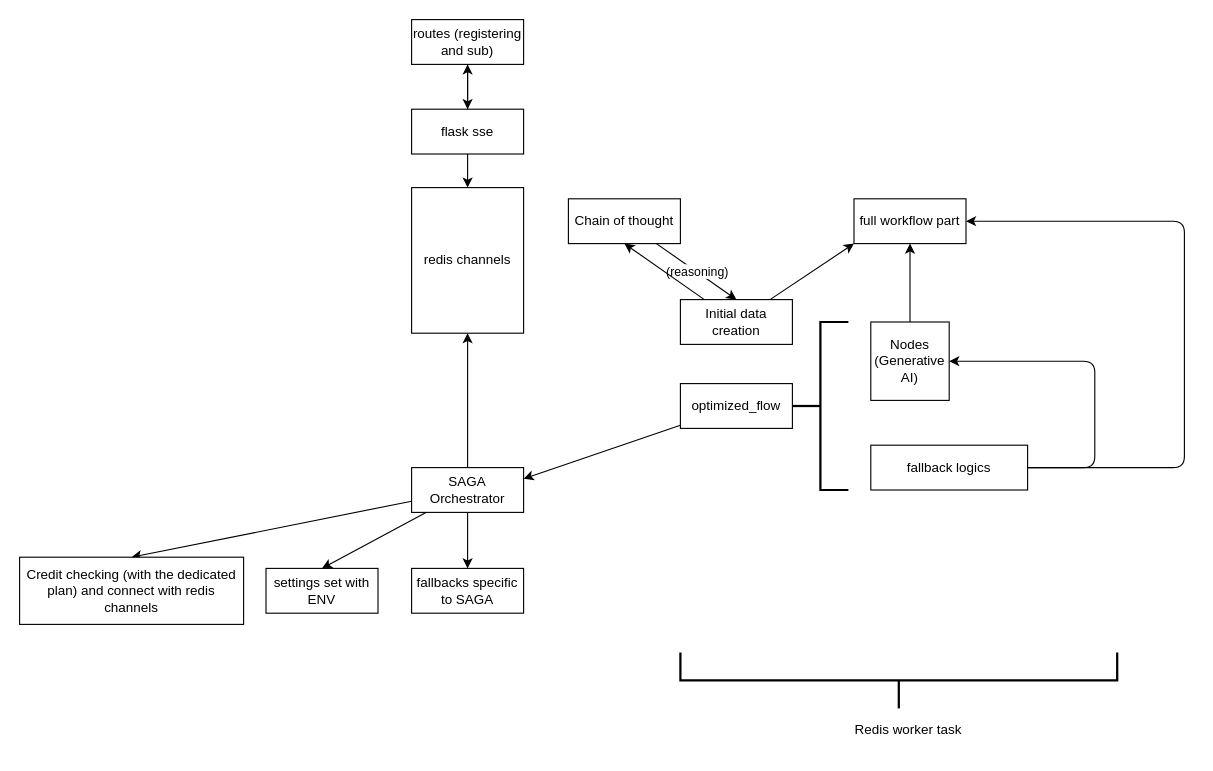
The draw.io diagram AI_architecture.drawio in MrRaveen/Eventrio, before the edit. Source tidied: cells renumbered, new cells numbered last; positions are measured from the earlier drawing's top-left corner, leaving out a move shared by most shapes. Both pictures are drawn from the tidied source at 112%, with x=0, y=0 at pixel (19, 19).
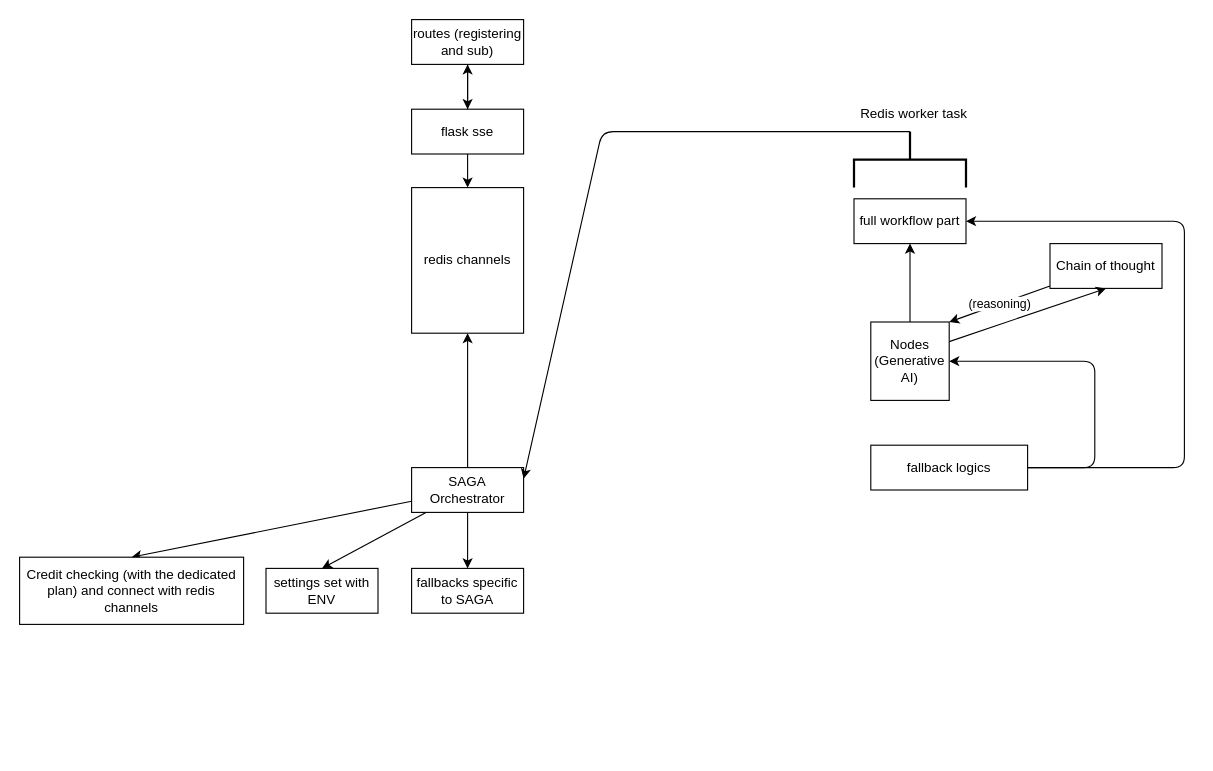
The same page after the edit.

Unchanged cells that the change refers to:
```xml
<mxCell id="6" value="SAGA Orchestrator" style="whiteSpace=wrap;html=1;align=center;" parent="1" vertex="1">
  <mxGeometry x="350" y="400" width="100" height="40" as="geometry" />
</mxCell>
<mxCell id="10" value="Nodes (Generative AI)" style="whiteSpace=wrap;html=1;align=center;" parent="1" vertex="1">
  <mxGeometry x="760" y="270" width="70" height="70" as="geometry" />
</mxCell>
<mxCell id="21" value="full workflow part" style="whiteSpace=wrap;html=1;align=center;" parent="1" vertex="1">
  <mxGeometry x="745" y="160" width="100" height="40" as="geometry" />
</mxCell>
```

Change to the diagram source:
```diff
@@
-    <mxCell id="7" style="edgeStyle=none;html=1;entryX=1;entryY=0.25;entryDx=0;entryDy=0;" parent="1" edge="1" source="8" target="6">
-      <mxGeometry relative="1" as="geometry" />
+    <mxCell id="7" style="edgeStyle=none;html=1;entryX=1;entryY=0.25;entryDx=0;entryDy=0;exitX=0;exitY=0.5;exitDx=0;exitDy=0;exitPerimeter=0;" parent="1" edge="1" source="19" target="6">
+      <mxGeometry relative="1" as="geometry">
+        <Array as="points">
+          <mxPoint x="520" y="100" />
+        </Array>
+      </mxGeometry>
     </mxCell>
-    <mxCell id="8" value="optimized_flow" style="whiteSpace=wrap;html=1;align=center;" parent="1" vertex="1">
-      <mxGeometry x="590" y="325" width="100" height="40" as="geometry" />
-    </mxCell>
@@
-    <mxCell id="14" style="strokeWidth=2;html=1;shape=mxgraph.flowchart.annotation_2;align=left;labelPosition=right;" parent="1" vertex="1">
-      <mxGeometry x="690" y="270" width="50" height="150" as="geometry" />
-    </mxCell>
@@
-    <mxCell id="19" style="strokeWidth=2;html=1;shape=mxgraph.flowchart.annotation_2;align=left;labelPosition=right;rotation=-90;" parent="1" vertex="1">
-      <mxGeometry x="760" y="395" width="50" height="390" as="geometry" />
+    <mxCell id="19" style="strokeWidth=2;html=1;shape=mxgraph.flowchart.annotation_2;align=left;labelPosition=right;rotation=90;" parent="1" vertex="1">
+      <mxGeometry x="770" y="75" width="50" height="100" as="geometry" />
     </mxCell>
     <mxCell id="20" value="Redis worker task" style="text;strokeColor=none;fillColor=none;spacingLeft=4;spacingRight=4;overflow=hidden;fontSize=12;" parent="1" vertex="1">
-      <mxGeometry x="740" y="620" width="205" height="30" as="geometry" />
+      <mxGeometry x="745" y="70" width="205" height="30" as="geometry" />
     </mxCell>
@@
-    <mxCell id="22" value="(reasoning)" style="edgeStyle=none;html=1;entryX=0.5;entryY=0;entryDx=0;entryDy=0;" parent="1" edge="1" source="23" target="26">
+    <mxCell id="22" value="(reasoning)" style="edgeStyle=none;html=1;entryX=1;entryY=0;entryDx=0;entryDy=0;" parent="1" edge="1" source="23" target="10">
       <mxGeometry relative="1" as="geometry" />
     </mxCell>
     <mxCell id="23" value="Chain of thought" style="whiteSpace=wrap;html=1;align=center;" parent="1" vertex="1">
-      <mxGeometry x="490" y="160" width="100" height="40" as="geometry" />
+      <mxGeometry x="920" y="200" width="100" height="40" as="geometry" />
     </mxCell>
-    <mxCell id="24" style="edgeStyle=none;html=1;entryX=0;entryY=1;entryDx=0;entryDy=0;" parent="1" edge="1" source="26" target="21">
-      <mxGeometry relative="1" as="geometry" />
-    </mxCell>
-    <mxCell id="25" style="edgeStyle=none;html=1;entryX=0.5;entryY=1;entryDx=0;entryDy=0;" parent="1" edge="1" source="26" target="23">
+    <mxCell id="25" style="edgeStyle=none;html=1;entryX=0.5;entryY=1;entryDx=0;entryDy=0;exitX=1;exitY=0.25;exitDx=0;exitDy=0;" parent="1" edge="1" source="10" target="23">
       <mxGeometry relative="1" as="geometry" />
     </mxCell>
-    <mxCell id="26" value="Initial data creation" style="whiteSpace=wrap;html=1;align=center;" parent="1" vertex="1">
-      <mxGeometry x="590" y="250" width="100" height="40" as="geometry" />
-    </mxCell>
```
